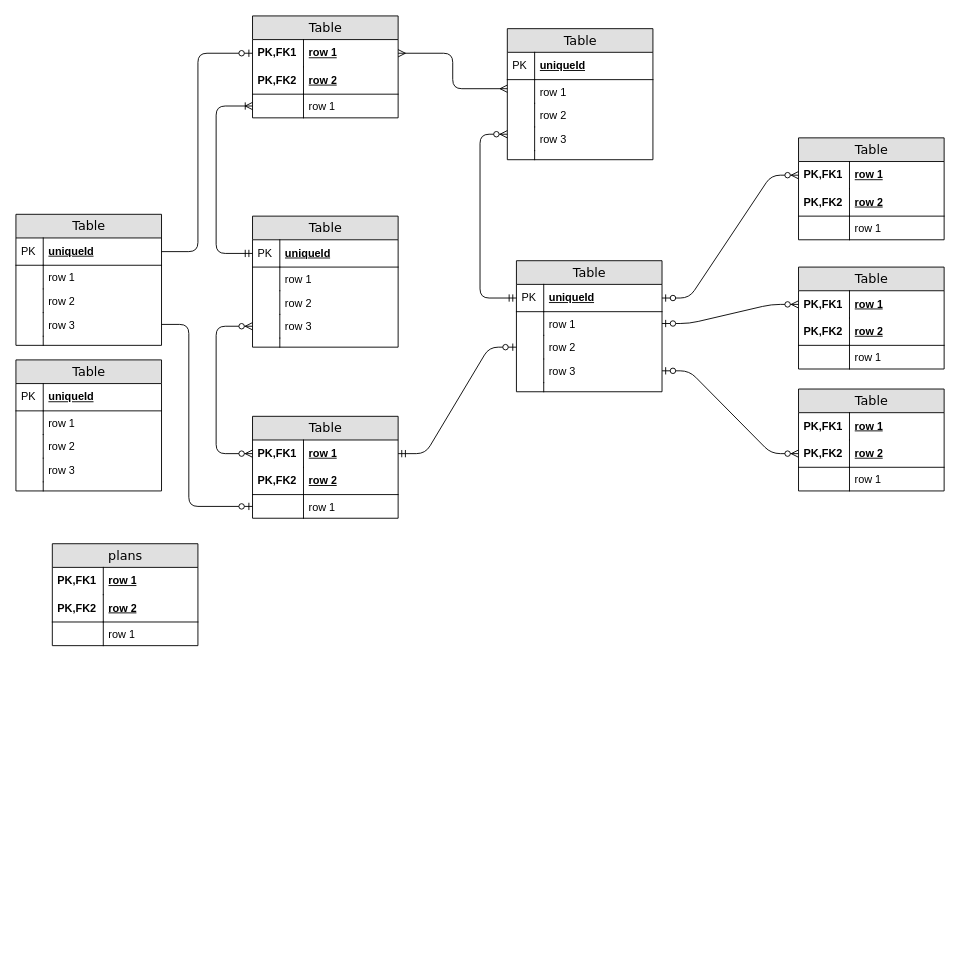
Earlier version of the draw.io diagram db/Untitled Diagram.drawio (brnrajoriya/mailer-payment-module-db). Source tidied: cells renumbered, new cells numbered last; positions are measured from the earlier drawing's top-left corner, leaving out a move shared by most shapes. Both pictures are drawn from the tidied source at 91%, with x=0, y=0 at pixel (15, 15).
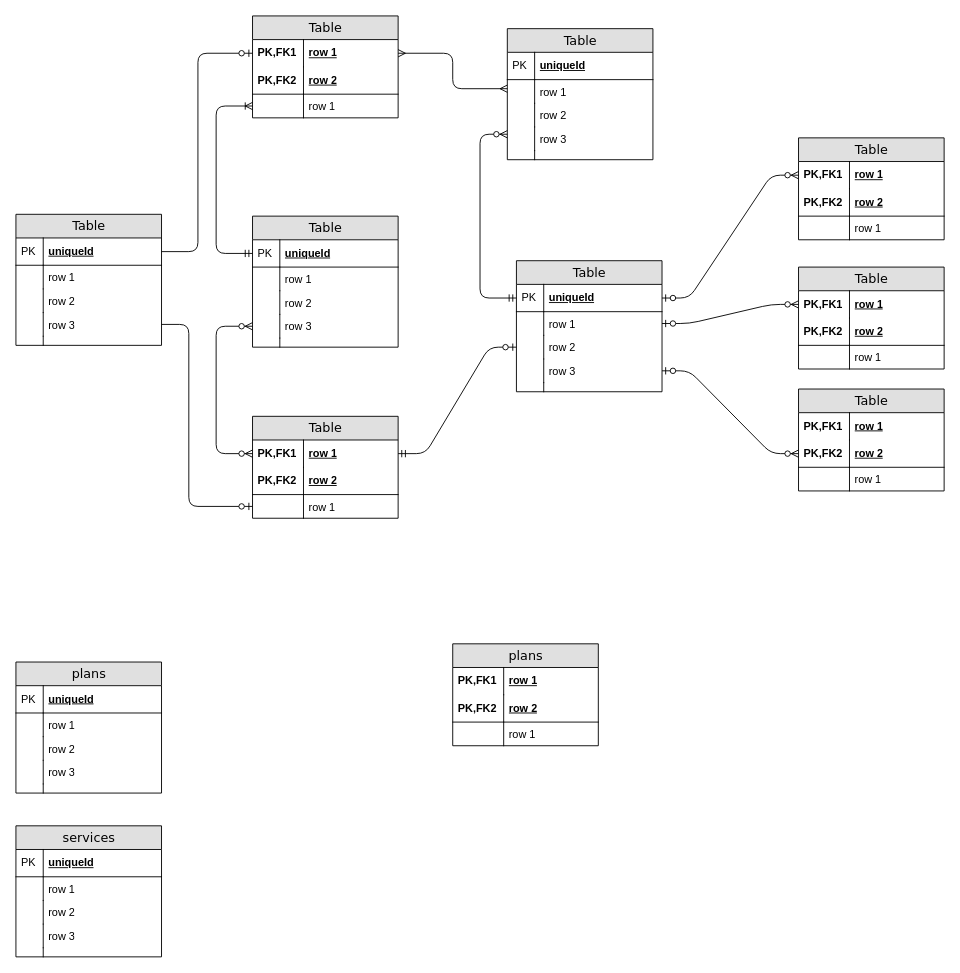
After the change.

What changed in the source:
```diff
@@
     <mxCell id="91" value="plans" style="swimlane;html=1;fontStyle=0;horizontal=1;startSize=26;fillColor=#e0e0e0;swimlaneFillColor=#ffffff;align=center;rounded=0;shadow=0;comic=0;labelBackgroundColor=none;strokeWidth=1;fontFamily=Verdana;fontSize=14;" parent="1" vertex="1">
-      <mxGeometry x="40" y="580" width="160" height="112" as="geometry" />
+      <mxGeometry x="480" y="690" width="160" height="112" as="geometry" />
     </mxCell>
@@
-    <mxCell id="98" value="Table" style="swimlane;html=1;fontStyle=0;horizontal=1;startSize=26;fillColor=#e0e0e0;swimlaneFillColor=#ffffff;align=center;rounded=0;shadow=0;comic=0;labelBackgroundColor=none;strokeWidth=1;fontFamily=Verdana;fontSize=14;" parent="1" vertex="1">
-      <mxGeometry y="378" width="160" height="144" as="geometry" />
+    <mxCell id="98" value="plans" style="swimlane;html=1;fontStyle=0;horizontal=1;startSize=26;fillColor=#e0e0e0;swimlaneFillColor=#ffffff;align=center;rounded=0;shadow=0;comic=0;labelBackgroundColor=none;strokeWidth=1;fontFamily=Verdana;fontSize=14;" parent="1" vertex="1">
+      <mxGeometry y="710" width="160" height="144" as="geometry" />
     </mxCell>
@@
+    <mxCell id="109" value="services" style="swimlane;html=1;fontStyle=0;horizontal=1;startSize=26;fillColor=#e0e0e0;swimlaneFillColor=#ffffff;align=center;rounded=0;shadow=0;comic=0;labelBackgroundColor=none;strokeWidth=1;fontFamily=Verdana;fontSize=14;swimlaneLine=1;" parent="1" vertex="1">
+      <mxGeometry y="890" width="160" height="144" as="geometry" />
+    </mxCell>
+    <mxCell id="110" value="uniqueId" style="shape=partialRectangle;top=0;left=0;right=0;bottom=1;html=1;align=left;verticalAlign=middle;fillColor=none;spacingLeft=34;spacingRight=4;whiteSpace=wrap;overflow=hidden;fontStyle=5;" parent="109" vertex="1">
+      <mxGeometry y="26" width="160" height="30" as="geometry" />
+    </mxCell>
+    <mxCell id="111" value="PK" style="shape=partialRectangle;top=0;left=0;bottom=0;html=1;fillColor=none;align=left;verticalAlign=middle;spacingLeft=4;spacingRight=4;whiteSpace=wrap;overflow=hidden;" parent="110" vertex="1">
+      <mxGeometry width="30" height="30" as="geometry" />
+    </mxCell>
+    <mxCell id="112" value="row 1" style="shape=partialRectangle;top=0;left=0;right=0;bottom=0;html=1;align=left;verticalAlign=top;fillColor=none;spacingLeft=34;spacingRight=4;whiteSpace=wrap;overflow=hidden;" parent="109" vertex="1">
+      <mxGeometry y="56" width="160" height="26" as="geometry" />
+    </mxCell>
+    <mxCell id="113" style="shape=partialRectangle;top=0;left=0;bottom=0;html=1;fillColor=none;align=left;verticalAlign=top;spacingLeft=4;spacingRight=4;whiteSpace=wrap;overflow=hidden;" parent="112" vertex="1">
+      <mxGeometry width="30" height="26" as="geometry" />
+    </mxCell>
+    <mxCell id="114" value="row 2" style="shape=partialRectangle;top=0;left=0;right=0;bottom=0;html=1;align=left;verticalAlign=top;fillColor=none;spacingLeft=34;spacingRight=4;whiteSpace=wrap;overflow=hidden;" parent="109" vertex="1">
+      <mxGeometry y="82" width="160" height="26" as="geometry" />
+    </mxCell>
+    <mxCell id="115" style="shape=partialRectangle;top=0;left=0;bottom=0;html=1;fillColor=none;align=left;verticalAlign=top;spacingLeft=4;spacingRight=4;whiteSpace=wrap;overflow=hidden;" parent="114" vertex="1">
+      <mxGeometry width="30" height="26" as="geometry" />
+    </mxCell>
+    <mxCell id="116" value="row 3" style="shape=partialRectangle;top=0;left=0;right=0;bottom=0;html=1;align=left;verticalAlign=top;fillColor=none;spacingLeft=34;spacingRight=4;whiteSpace=wrap;overflow=hidden;" parent="109" vertex="1">
+      <mxGeometry y="108" width="160" height="26" as="geometry" />
+    </mxCell>
+    <mxCell id="117" style="shape=partialRectangle;top=0;left=0;bottom=0;html=1;fillColor=none;align=left;verticalAlign=top;spacingLeft=4;spacingRight=4;whiteSpace=wrap;overflow=hidden;" parent="116" vertex="1">
+      <mxGeometry width="30" height="26" as="geometry" />
+    </mxCell>
+    <mxCell id="118" style="shape=partialRectangle;top=0;left=0;right=0;bottom=0;html=1;align=left;verticalAlign=top;fillColor=none;spacingLeft=34;spacingRight=4;whiteSpace=wrap;overflow=hidden;" parent="109" vertex="1">
+      <mxGeometry y="134" width="160" height="10" as="geometry" />
+    </mxCell>
+    <mxCell id="119" style="shape=partialRectangle;top=0;left=0;bottom=0;html=1;fillColor=none;align=left;verticalAlign=top;spacingLeft=4;spacingRight=4;whiteSpace=wrap;overflow=hidden;" parent="118" vertex="1">
+      <mxGeometry width="30" height="10" as="geometry" />
+    </mxCell>
```
